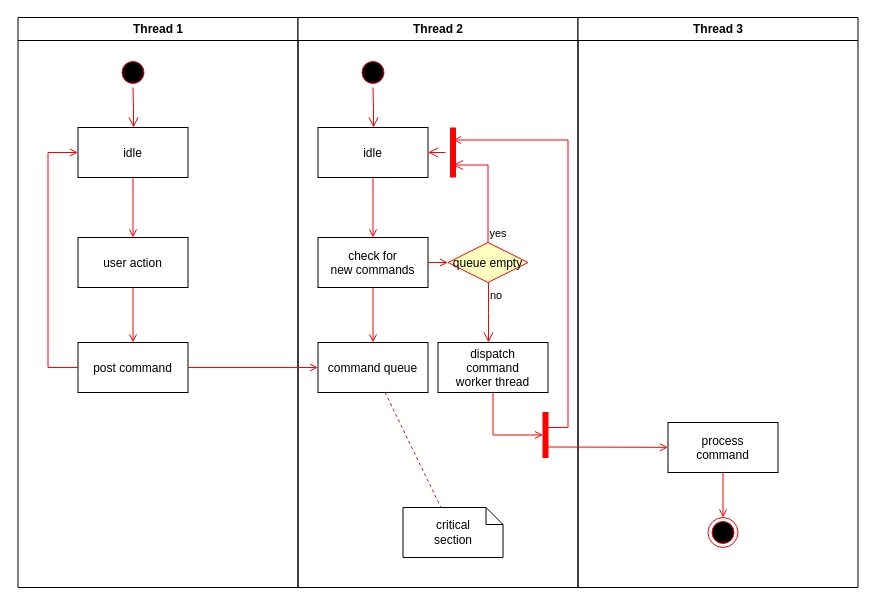
hesiwei/diagrams keeps this draw.io diagram as lt快速验证.drawio. Above is the earlier version. Source tidied: cells renumbered, new cells numbered last; positions are measured from the earlier drawing's top-left corner, leaving out a move shared by most shapes. Both pictures are drawn from the tidied source at 100%, with x=0, y=0 at pixel (17, 17).
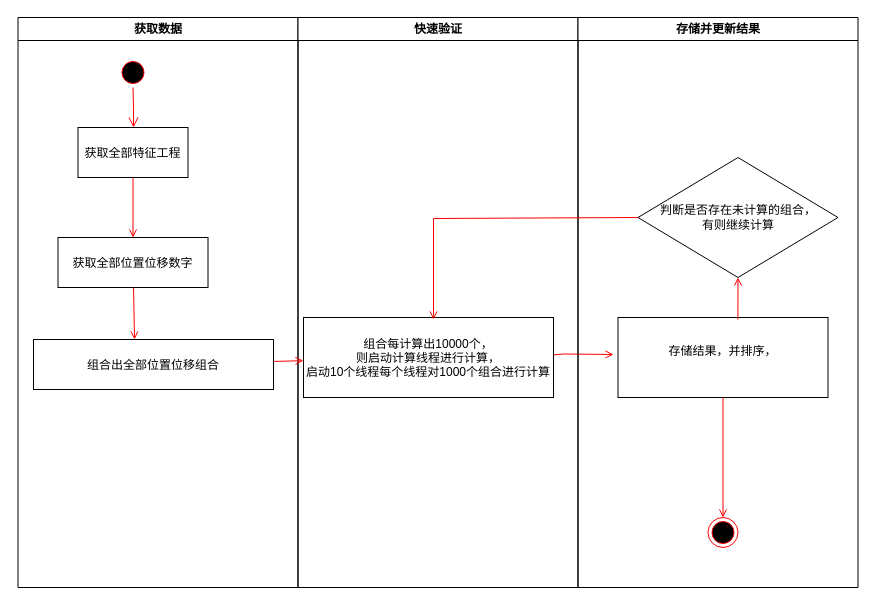
After the change.

What changed in the source:
```diff
@@
-    <mxCell id="2" value="Thread 1" style="swimlane;whiteSpace=wrap;" parent="1" vertex="1">
+    <mxCell id="2" value="获取数据" style="swimlane;whiteSpace=wrap;" parent="1" vertex="1">
       <mxGeometry x="0.5" width="280" height="570" as="geometry" />
     </mxCell>
@@
-    <mxCell id="5" value="idle" parent="2" vertex="1">
+    <mxCell id="5" value="获取全部特征工程" parent="2" vertex="1">
       <mxGeometry x="60" y="110" width="110" height="50" as="geometry" />
     </mxCell>
-    <mxCell id="6" value="user action" parent="2" vertex="1">
-      <mxGeometry x="60" y="220" width="110" height="50" as="geometry" />
+    <mxCell id="6" value="获取全部位置位移数字" parent="2" vertex="1">
+      <mxGeometry x="40" y="220" width="150" height="50" as="geometry" />
     </mxCell>
@@
-    <mxCell id="8" value="post command" parent="2" vertex="1">
-      <mxGeometry x="60" y="325" width="110" height="50" as="geometry" />
+    <mxCell id="8" value="组合出全部位置位移组合" parent="2" vertex="1">
+      <mxGeometry x="15.5" y="322" width="240" height="50" as="geometry" />
     </mxCell>
-    <mxCell id="9" style="endArrow=open;strokeColor=#FF0000;endFill=1;rounded=0;" parent="2" edge="1" source="6" target="8">
+    <mxCell id="9" style="endArrow=open;strokeColor=#FF0000;endFill=1;rounded=0;entryX=0.421;entryY=0;entryDx=0;entryDy=0;entryPerimeter=0;" parent="2" edge="1" source="6" target="8">
       <mxGeometry relative="1" as="geometry" />
     </mxCell>
-    <mxCell id="10" style="edgeStyle=elbowEdgeStyle;elbow=horizontal;strokeColor=#FF0000;endArrow=open;endFill=1;rounded=0;" parent="2" edge="1" source="8" target="5">
-      <mxGeometry relative="1" as="geometry">
-        <Array as="points">
-          <mxPoint x="30" y="250" />
-        </Array>
-      </mxGeometry>
-    </mxCell>
-    <mxCell id="11" value="Thread 2" style="swimlane;whiteSpace=wrap;" parent="1" vertex="1">
+    <mxCell id="11" value="快速验证" style="swimlane;whiteSpace=wrap;" parent="1" vertex="1">
       <mxGeometry x="280.5" width="280" height="570" as="geometry" />
     </mxCell>
-    <mxCell id="12" style="ellipse;shape=startState;fillColor=#000000;strokeColor=#ff0000;" parent="11" vertex="1">
-      <mxGeometry x="60" y="40" width="30" height="30" as="geometry" />
-    </mxCell>
-    <mxCell id="13" style="edgeStyle=elbowEdgeStyle;elbow=horizontal;verticalAlign=bottom;endArrow=open;endSize=8;strokeColor=#FF0000;endFill=1;rounded=0;" parent="11" edge="1" source="12" target="14">
-      <mxGeometry x="40" y="20" as="geometry" />
-    </mxCell>
-    <mxCell id="14" value="idle" parent="11" vertex="1">
-      <mxGeometry x="20" y="110" width="110" height="50" as="geometry" />
-    </mxCell>
-    <mxCell id="15" value="check for &#10;new commands" parent="11" vertex="1">
-      <mxGeometry x="20" y="220" width="110" height="50" as="geometry" />
-    </mxCell>
-    <mxCell id="16" style="endArrow=open;strokeColor=#FF0000;endFill=1;rounded=0;" parent="11" edge="1" source="14" target="15">
-      <mxGeometry relative="1" as="geometry" />
-    </mxCell>
-    <mxCell id="17" value="command queue" parent="11" vertex="1">
-      <mxGeometry x="20" y="325" width="110" height="50" as="geometry" />
+    <mxCell id="17" value="组合每计算出10000个，&#10;则启动计算线程进行计算，&#10;启动10个线程每个线程对1000个组合进行计算" parent="11" vertex="1">
+      <mxGeometry x="5.5" y="300" width="250" height="80" as="geometry" />
     </mxCell>
-    <mxCell id="18" style="endArrow=open;strokeColor=#FF0000;endFill=1;rounded=0;" parent="11" edge="1" source="15" target="17">
-      <mxGeometry relative="1" as="geometry" />
-    </mxCell>
-    <mxCell id="19" value="queue empty" style="rhombus;fillColor=#ffffc0;strokeColor=#ff0000;" parent="11" vertex="1">
-      <mxGeometry x="150" y="225" width="80" height="40" as="geometry" />
-    </mxCell>
-    <mxCell id="20" value="yes" style="edgeStyle=elbowEdgeStyle;elbow=horizontal;align=left;verticalAlign=bottom;endArrow=open;endSize=8;strokeColor=#FF0000;exitX=0.5;exitY=0;endFill=1;rounded=0;entryX=0.75;entryY=0.5;entryPerimeter=0;" parent="11" edge="1" source="19" target="23">
-      <mxGeometry x="-1" relative="1" as="geometry">
-        <Array as="points">
-          <mxPoint x="190" y="180" />
-        </Array>
-      </mxGeometry>
-    </mxCell>
-    <mxCell id="21" value="no" style="edgeStyle=elbowEdgeStyle;elbow=horizontal;align=left;verticalAlign=top;endArrow=open;endSize=8;strokeColor=#FF0000;endFill=1;rounded=0;" parent="11" edge="1" source="19" target="25">
-      <mxGeometry x="-1" relative="1" as="geometry" />
-    </mxCell>
-    <mxCell id="22" style="endArrow=open;strokeColor=#FF0000;endFill=1;rounded=0;" parent="11" edge="1" source="15" target="19">
-      <mxGeometry relative="1" as="geometry" />
-    </mxCell>
-    <mxCell id="23" style="shape=line;strokeWidth=6;strokeColor=#ff0000;rotation=90;" parent="11" vertex="1">
-      <mxGeometry x="130" y="127.5" width="50" height="15" as="geometry" />
-    </mxCell>
-    <mxCell id="24" style="edgeStyle=elbowEdgeStyle;elbow=horizontal;verticalAlign=bottom;endArrow=open;endSize=8;strokeColor=#FF0000;endFill=1;rounded=0;" parent="11" edge="1" source="23" target="14">
-      <mxGeometry x="130" y="90" as="geometry" />
-    </mxCell>
-    <mxCell id="25" value="dispatch&#10;command&#10;worker thread" parent="11" vertex="1">
-      <mxGeometry x="140" y="325" width="110" height="50" as="geometry" />
-    </mxCell>
-    <mxCell id="26" value="critical&#10;section" style="shape=note;whiteSpace=wrap;size=17;" parent="11" vertex="1">
-      <mxGeometry x="105" y="490" width="100" height="50" as="geometry" />
-    </mxCell>
-    <mxCell id="27" style="endArrow=none;strokeColor=#FF0000;endFill=0;rounded=0;dashed=1;" parent="11" edge="1" source="17" target="26">
-      <mxGeometry relative="1" as="geometry" />
-    </mxCell>
-    <mxCell id="28" style="whiteSpace=wrap;strokeColor=#FF0000;fillColor=#FF0000;" parent="11" vertex="1">
-      <mxGeometry x="245" y="395" width="5" height="45" as="geometry" />
-    </mxCell>
-    <mxCell id="29" style="edgeStyle=elbowEdgeStyle;elbow=horizontal;entryX=0;entryY=0.5;strokeColor=#FF0000;endArrow=open;endFill=1;rounded=0;" parent="11" edge="1" source="25" target="28">
-      <mxGeometry relative="1" as="geometry">
-        <Array as="points">
-          <mxPoint x="195" y="400" />
-        </Array>
-      </mxGeometry>
-    </mxCell>
+    <mxCell id="37" style="endArrow=open;strokeColor=#FF0000;endFill=1;rounded=0;" parent="11" edge="1">
+      <mxGeometry relative="1" as="geometry">
+        <mxPoint x="255.5" y="337.4" as="sourcePoint" />
+        <mxPoint x="315.5" y="337" as="targetPoint" />
+        <Array as="points">
+          <mxPoint x="265.5" y="336.5" />
+          <mxPoint x="315.5" y="337" />
+        </Array>
+      </mxGeometry>
+    </mxCell>
-    <mxCell id="30" value="Thread 3" style="swimlane;whiteSpace=wrap;" parent="1" vertex="1">
+    <mxCell id="30" value="存储并更新结果" style="swimlane;whiteSpace=wrap;" parent="1" vertex="1">
       <mxGeometry x="560.5" width="280" height="570" as="geometry" />
     </mxCell>
-    <mxCell id="31" value="process&#10;command" parent="30" vertex="1">
-      <mxGeometry x="90" y="405" width="110" height="50" as="geometry" />
+    <mxCell id="31" value="存储结果，并排序，&#10;" parent="30" vertex="1">
+      <mxGeometry x="40" y="300" width="210" height="80" as="geometry" />
     </mxCell>
-    <mxCell id="32" style="edgeStyle=elbowEdgeStyle;elbow=horizontal;strokeColor=#FF0000;endArrow=open;endFill=1;rounded=0;entryX=0.25;entryY=0.5;entryPerimeter=0;" parent="30" edge="1" target="23">
-      <mxGeometry relative="1" as="geometry">
-        <mxPoint x="-30" y="410" as="sourcePoint" />
-        <Array as="points">
-          <mxPoint x="-10" y="135" />
-        </Array>
-      </mxGeometry>
-    </mxCell>
-    <mxCell id="33" style="edgeStyle=none;strokeColor=#FF0000;endArrow=open;endFill=1;rounded=0;" parent="30" edge="1" target="31">
-      <mxGeometry relative="1" as="geometry">
-        <mxPoint x="-30" y="429.5" as="sourcePoint" />
-      </mxGeometry>
-    </mxCell>
@@
+    <mxCell id="38" style="endArrow=open;strokeColor=#FF0000;endFill=1;rounded=0;exitX=0;exitY=0.5;exitDx=0;exitDy=0;" parent="30" edge="1" source="39">
+      <mxGeometry relative="1" as="geometry">
+        <mxPoint x="-144.5" y="302" as="targetPoint" />
+        <Array as="points">
+          <mxPoint x="-144.5" y="201" />
+          <mxPoint x="-144.5" y="298" />
+        </Array>
+      </mxGeometry>
+    </mxCell>
+    <mxCell id="39" value="判断是否存在未计算的组合，&lt;br style=&quot;padding: 0px ; margin: 0px&quot;&gt;有则继续计算" style="rhombus;whiteSpace=wrap;html=1;" parent="30" vertex="1">
+      <mxGeometry x="60" y="140" width="200" height="120" as="geometry" />
+    </mxCell>
+    <mxCell id="40" style="endArrow=open;strokeColor=#FF0000;endFill=1;rounded=0;entryX=0.5;entryY=1;entryDx=0;entryDy=0;exitX=0.571;exitY=0.025;exitDx=0;exitDy=0;exitPerimeter=0;" parent="30" edge="1" source="31" target="39">
+      <mxGeometry relative="1" as="geometry" />
+    </mxCell>
```
